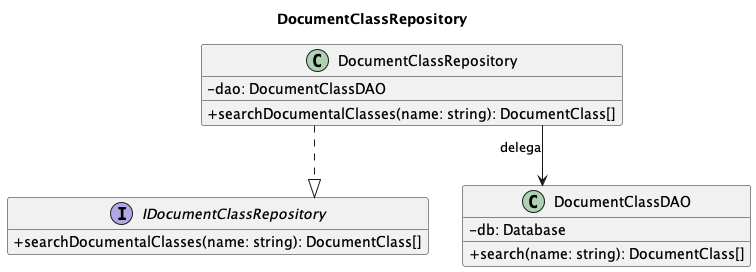
The PlantUML diagram out/3_PB/DocumentiEsterni/DiagrammiSpecificaTecnica/C4/C4_backend_Search/C4_backend_Search-6.png in 7-ZPUs/Docs, before a commit.
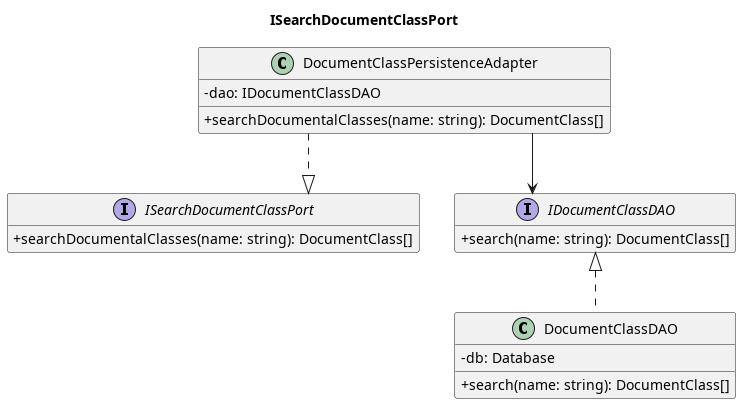
The same file after the commit.

What changed in the source:
```diff
@@ -1,23 +1,27 @@
 @startuml
-title DocumentClassRepository
+title ISearchDocumentClassPort
 
 skinparam classAttributeIconSize 0
 skinparam linetype ortho
 hide empty members
 
-interface IDocumentClassRepository {
+interface ISearchDocumentClassPort {
     + searchDocumentalClasses(name: string): DocumentClass[]
 }
-class DocumentClassRepository {
-    - dao: DocumentClassDAO
+class DocumentClassPersistenceAdapter {
+    - dao: IDocumentClassDAO
     + searchDocumentalClasses(name: string): DocumentClass[]
 }
-class DocumentClassDAO {
+interface IDocumentClassDAO {
+    + search(name: string): DocumentClass[]
+}
+
+class DocumentClassDAO implements IDocumentClassDAO {
     - db: Database
     + search(name: string): DocumentClass[]
 }
 
-DocumentClassRepository ..|> IDocumentClassRepository
-DocumentClassRepository --> DocumentClassDAO : delega
+DocumentClassPersistenceAdapter ..|> ISearchDocumentClassPort
+DocumentClassPersistenceAdapter --> IDocumentClassDAO
 
 @enduml
```
